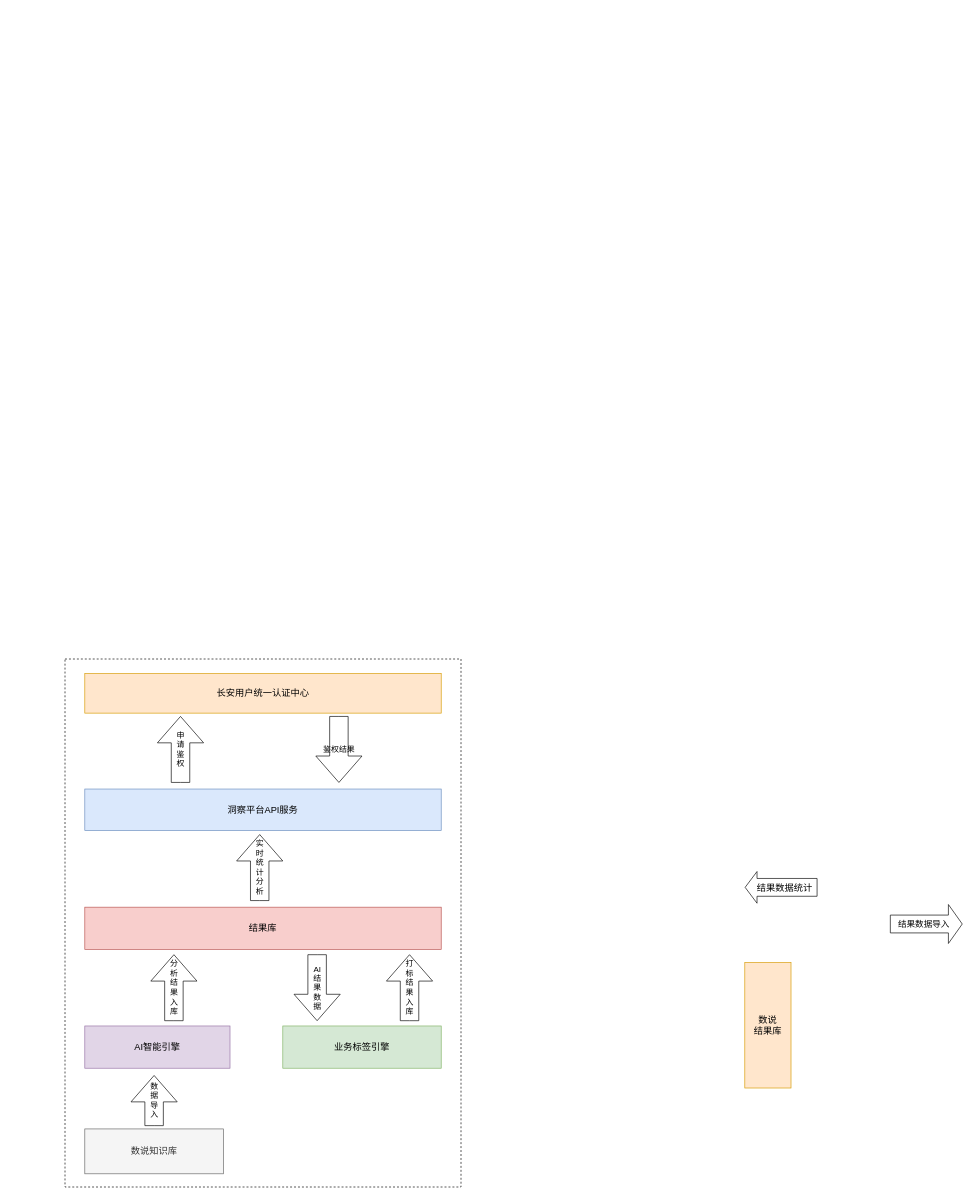
jk1420/data-api keeps this draw.io diagram as page "长安" (6 of 6) of 数据服务3.0.drawio. Above is the earlier version. Source tidied: cells renumbered, new cells numbered last; positions are measured from the earlier drawing's top-left corner, leaving out a move shared by most shapes. Both pictures are drawn from the tidied source at 66%, with x=0, y=0 at pixel (65, 659).
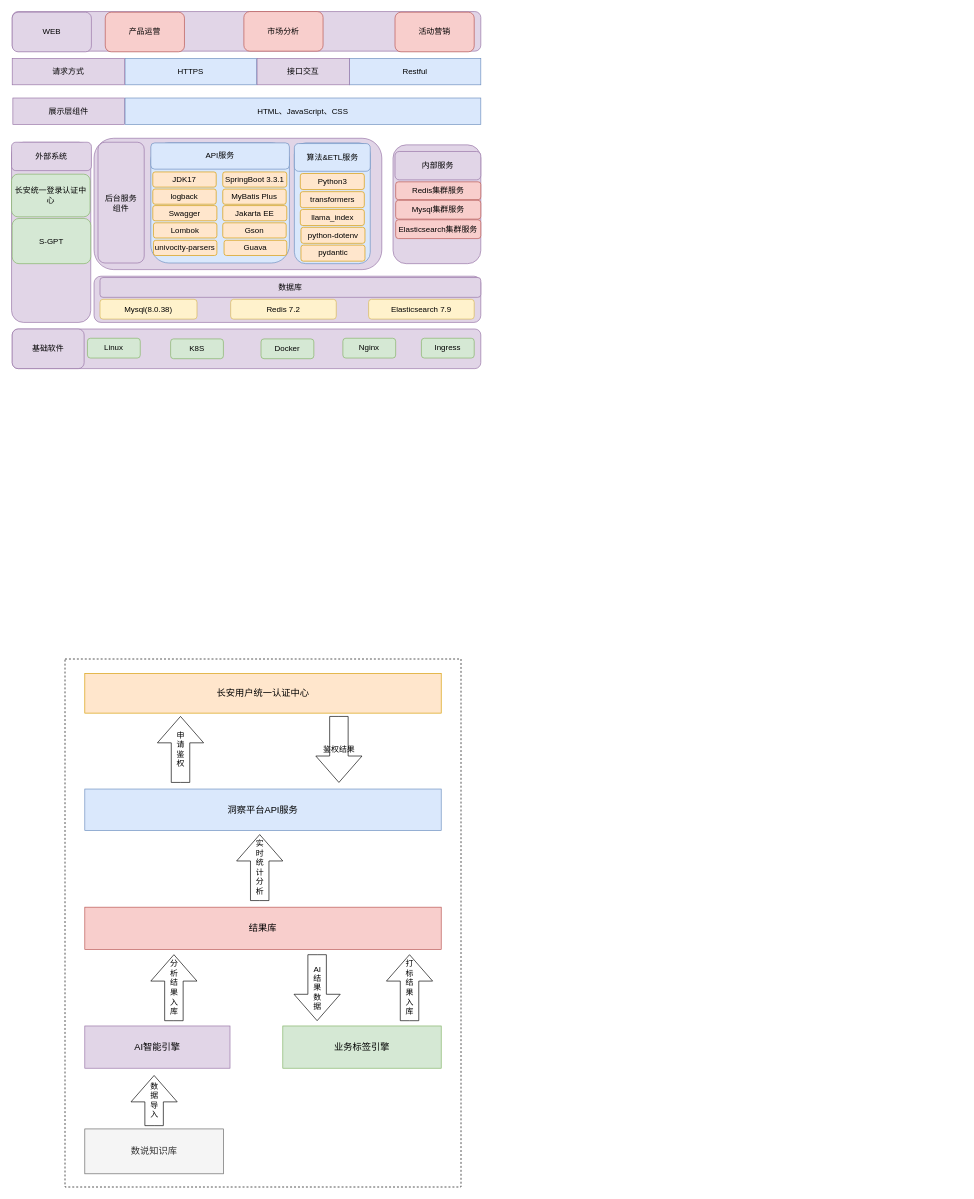
Above is the later version.

Commit message:
更新数据服务3.0.drawio

The edit, as a diff of the source:
```diff
@@
+    <mxCell id="21" style="rounded=1;whiteSpace=wrap;html=1;fillColor=#e1d5e7;strokeColor=#9673a6;" parent="1" vertex="1">
+      <mxGeometry x="44" y="-789" width="436" height="199" as="geometry" />
+    </mxCell>
@@
-    <mxCell id="5" value="数说&lt;br style=&quot;font-size: 14px;&quot;&gt;结果库" style="rounded=0;whiteSpace=wrap;html=1;fillColor=#ffe6cc;strokeColor=#d79b00;fontSize=14;" parent="1" vertex="1">
-      <mxGeometry x="1030" y="460" width="70" height="190" as="geometry" />
-    </mxCell>
-    <mxCell id="6" style="shape=flexArrow;endArrow=classic;html=1;rounded=0;exitX=0;exitY=0.25;exitDx=0;exitDy=0;entryX=1;entryY=0.25;entryDx=0;entryDy=0;width=27;endSize=5.67;fontSize=14;" parent="1" edge="1">
-      <mxGeometry relative="1" as="geometry">
-        <mxPoint x="1140" y="346" as="sourcePoint" />
-        <mxPoint x="1030" y="346" as="targetPoint" />
-      </mxGeometry>
-    </mxCell>
-    <mxCell id="7" value="结果数据统计" style="edgeLabel;html=1;align=center;verticalAlign=middle;fontSize=14;" parent="6" vertex="1">
-      <mxGeometry x="0.15" y="1" relative="1" as="geometry">
-        <mxPoint x="12" y="-1" as="offset" />
-      </mxGeometry>
-    </mxCell>
-    <mxCell id="8" style="shape=flexArrow;endArrow=classic;html=1;rounded=0;entryX=0;entryY=0.25;entryDx=0;entryDy=0;exitX=1;exitY=0.25;exitDx=0;exitDy=0;endWidth=31;endSize=6.67;width=27;" parent="1" edge="1">
-      <mxGeometry relative="1" as="geometry">
-        <mxPoint x="1250" y="401.5" as="sourcePoint" />
-        <mxPoint x="1360" y="401.5" as="targetPoint" />
-      </mxGeometry>
-    </mxCell>
-    <mxCell id="9" value="&lt;font style=&quot;font-size: 13px;&quot;&gt;结果数据导入&lt;/font&gt;" style="edgeLabel;html=1;align=center;verticalAlign=middle;" parent="8" vertex="1">
-      <mxGeometry x="-0.4" y="4" relative="1" as="geometry">
-        <mxPoint x="17" y="4" as="offset" />
-      </mxGeometry>
-    </mxCell>
@@
+    <mxCell id="22" style="rounded=1;whiteSpace=wrap;html=1;fillColor=#e1d5e7;strokeColor=#9673a6;" parent="1" vertex="1">
+      <mxGeometry x="44" y="-580" width="586" height="70" as="geometry" />
+    </mxCell>
+    <mxCell id="23" style="rounded=1;whiteSpace=wrap;html=1;fillColor=#e1d5e7;strokeColor=#9673a6;" parent="1" vertex="1">
+      <mxGeometry x="497" y="-779" width="133" height="180" as="geometry" />
+    </mxCell>
+    <mxCell id="24" style="rounded=1;whiteSpace=wrap;html=1;fillColor=#e1d5e7;strokeColor=#9673a6;" parent="1" vertex="1">
+      <mxGeometry x="-81" y="-783" width="120" height="273" as="geometry" />
+    </mxCell>
+    <mxCell id="25" style="rounded=1;whiteSpace=wrap;html=1;fillColor=#e1d5e7;strokeColor=#9673a6;" parent="1" vertex="1">
+      <mxGeometry x="-80" y="-981" width="710" height="60" as="geometry" />
+    </mxCell>
+    <mxCell id="26" value="产品运营" style="rounded=1;whiteSpace=wrap;html=1;fillColor=#f8cecc;strokeColor=#b85450;" parent="1" vertex="1">
+      <mxGeometry x="61" y="-980" width="120" height="60" as="geometry" />
+    </mxCell>
+    <mxCell id="27" value="WEB" style="rounded=1;whiteSpace=wrap;html=1;fillColor=#e1d5e7;strokeColor=#9673a6;" parent="1" vertex="1">
+      <mxGeometry x="-80" y="-980" width="120" height="60" as="geometry" />
+    </mxCell>
+    <mxCell id="28" value="活动营销" style="rounded=1;whiteSpace=wrap;html=1;fillColor=#f8cecc;strokeColor=#b85450;" parent="1" vertex="1">
+      <mxGeometry x="500" y="-980" width="120" height="60" as="geometry" />
+    </mxCell>
+    <mxCell id="29" value="市场分析" style="rounded=1;whiteSpace=wrap;html=1;fillColor=#f8cecc;strokeColor=#b85450;" parent="1" vertex="1">
+      <mxGeometry x="271" y="-981" width="120" height="60" as="geometry" />
+    </mxCell>
+    <mxCell id="30" value="展示层组件" style="rounded=0;whiteSpace=wrap;html=1;fillColor=#e1d5e7;strokeColor=#9673a6;" parent="1" vertex="1">
+      <mxGeometry x="-79" y="-850" width="169" height="40" as="geometry" />
+    </mxCell>
+    <mxCell id="31" value="HTTPS" style="rounded=0;whiteSpace=wrap;html=1;fillColor=#dae8fc;strokeColor=#6c8ebf;" parent="1" vertex="1">
+      <mxGeometry x="91" y="-910" width="199" height="40" as="geometry" />
+    </mxCell>
+    <mxCell id="32" value="请求方式" style="rounded=0;whiteSpace=wrap;html=1;fillColor=#e1d5e7;strokeColor=#9673a6;" parent="1" vertex="1">
+      <mxGeometry x="-80" y="-910" width="170" height="40" as="geometry" />
+    </mxCell>
+    <mxCell id="33" value="HTML、JavaScript、CSS" style="rounded=0;whiteSpace=wrap;html=1;fillColor=#dae8fc;strokeColor=#6c8ebf;" parent="1" vertex="1">
+      <mxGeometry x="91" y="-850" width="539" height="40" as="geometry" />
+    </mxCell>
+    <mxCell id="34" value="外部系统" style="rounded=1;whiteSpace=wrap;html=1;fillColor=#e1d5e7;strokeColor=#9673a6;" parent="1" vertex="1">
+      <mxGeometry x="-81" y="-783" width="121" height="43" as="geometry" />
+    </mxCell>
+    <mxCell id="35" value="长安统一登录认证中心" style="rounded=1;whiteSpace=wrap;html=1;fillColor=#d5e8d4;strokeColor=#82b366;" parent="1" vertex="1">
+      <mxGeometry x="-81" y="-734.6" width="119" height="64.6" as="geometry" />
+    </mxCell>
+    <mxCell id="36" value="后台服务&lt;div&gt;组件&lt;/div&gt;" style="rounded=1;whiteSpace=wrap;html=1;fillColor=#e1d5e7;strokeColor=#9673a6;" parent="1" vertex="1">
+      <mxGeometry x="50" y="-783" width="70" height="183" as="geometry" />
+    </mxCell>
+    <mxCell id="37" value="内部服务" style="rounded=1;whiteSpace=wrap;html=1;fillColor=#e1d5e7;strokeColor=#9673a6;" parent="1" vertex="1">
+      <mxGeometry x="500" y="-769" width="130" height="43" as="geometry" />
+    </mxCell>
+    <mxCell id="38" value="Redis集群服务" style="rounded=1;whiteSpace=wrap;html=1;fillColor=#f8cecc;strokeColor=#b85450;" parent="1" vertex="1">
+      <mxGeometry x="501" y="-723" width="129" height="27" as="geometry" />
+    </mxCell>
+    <mxCell id="39" value="Mysql集群服务" style="rounded=1;whiteSpace=wrap;html=1;fillColor=#f8cecc;strokeColor=#b85450;" parent="1" vertex="1">
+      <mxGeometry x="501" y="-695" width="129" height="28.5" as="geometry" />
+    </mxCell>
+    <mxCell id="40" value="数据库" style="rounded=1;whiteSpace=wrap;html=1;fillColor=#e1d5e7;strokeColor=#9673a6;" parent="1" vertex="1">
+      <mxGeometry x="53" y="-578" width="577" height="30" as="geometry" />
+    </mxCell>
+    <mxCell id="41" value="Mysql(8.0.38)" style="rounded=1;whiteSpace=wrap;html=1;fillColor=#fff2cc;strokeColor=#d6b656;" parent="1" vertex="1">
+      <mxGeometry x="53" y="-545" width="147" height="30" as="geometry" />
+    </mxCell>
+    <mxCell id="42" value="Redis 7.2" style="rounded=1;whiteSpace=wrap;html=1;fillColor=#fff2cc;strokeColor=#d6b656;" parent="1" vertex="1">
+      <mxGeometry x="251" y="-545" width="160" height="30" as="geometry" />
+    </mxCell>
+    <mxCell id="43" style="rounded=1;whiteSpace=wrap;html=1;fillColor=#e1d5e7;strokeColor=#9673a6;" parent="1" vertex="1">
+      <mxGeometry x="-80" y="-500" width="710" height="60" as="geometry" />
+    </mxCell>
+    <mxCell id="44" value="基础软件" style="rounded=1;whiteSpace=wrap;html=1;fillColor=#e1d5e7;strokeColor=#9673a6;" parent="1" vertex="1">
+      <mxGeometry x="-80" y="-500" width="109" height="60" as="geometry" />
+    </mxCell>
+    <mxCell id="45" value="Linux" style="rounded=1;whiteSpace=wrap;html=1;fillColor=#d5e8d4;strokeColor=#82b366;" parent="1" vertex="1">
+      <mxGeometry x="34" y="-486" width="80" height="30" as="geometry" />
+    </mxCell>
+    <mxCell id="46" value="K8S" style="rounded=1;whiteSpace=wrap;html=1;fillColor=#d5e8d4;strokeColor=#82b366;" parent="1" vertex="1">
+      <mxGeometry x="160" y="-485" width="80" height="30" as="geometry" />
+    </mxCell>
+    <mxCell id="47" value="Docker" style="rounded=1;whiteSpace=wrap;html=1;fillColor=#d5e8d4;strokeColor=#82b366;" parent="1" vertex="1">
+      <mxGeometry x="297" y="-485" width="80" height="30" as="geometry" />
+    </mxCell>
+    <mxCell id="48" value="Nginx" style="rounded=1;whiteSpace=wrap;html=1;fillColor=#d5e8d4;strokeColor=#82b366;" parent="1" vertex="1">
+      <mxGeometry x="421" y="-486" width="80" height="30" as="geometry" />
+    </mxCell>
+    <mxCell id="49" value="Ingress" style="rounded=1;whiteSpace=wrap;html=1;fillColor=#d5e8d4;strokeColor=#82b366;" parent="1" vertex="1">
+      <mxGeometry x="540" y="-486" width="80" height="30" as="geometry" />
+    </mxCell>
+    <mxCell id="50" value="Restful" style="rounded=0;whiteSpace=wrap;html=1;fillColor=#dae8fc;strokeColor=#6c8ebf;" parent="1" vertex="1">
+      <mxGeometry x="431" y="-910" width="199" height="40" as="geometry" />
+    </mxCell>
+    <mxCell id="51" value="接口交互" style="rounded=0;whiteSpace=wrap;html=1;fillColor=#e1d5e7;strokeColor=#9673a6;" parent="1" vertex="1">
+      <mxGeometry x="291" y="-910" width="140" height="40" as="geometry" />
+    </mxCell>
+    <mxCell id="52" value="&lt;span style=&quot;background-color: initial;&quot;&gt;Elasticsearch集群服务&lt;/span&gt;" style="rounded=1;whiteSpace=wrap;html=1;fillColor=#f8cecc;strokeColor=#b85450;" parent="1" vertex="1">
+      <mxGeometry x="501" y="-665.5" width="129" height="28.5" as="geometry" />
+    </mxCell>
+    <mxCell id="53" value="Elasticsearch 7.9" style="rounded=1;whiteSpace=wrap;html=1;fillColor=#fff2cc;strokeColor=#d6b656;" parent="1" vertex="1">
+      <mxGeometry x="460" y="-545" width="160" height="30" as="geometry" />
+    </mxCell>
+    <mxCell id="54" value="S-GPT" style="rounded=1;whiteSpace=wrap;html=1;fillColor=#d5e8d4;strokeColor=#82b366;" parent="1" vertex="1">
+      <mxGeometry x="-80" y="-667.5" width="119" height="68.5" as="geometry" />
+    </mxCell>
+    <mxCell id="55" style="group;" parent="1" vertex="1">
+      <mxGeometry x="130" y="-782" width="210" height="182" as="geometry" />
+    </mxCell>
+    <mxCell id="56" style="rounded=1;whiteSpace=wrap;html=1;fillColor=#dae8fc;strokeColor=#6c8ebf;" parent="55" vertex="1">
+      <mxGeometry width="210" height="182" as="geometry" />
+    </mxCell>
+    <mxCell id="57" value="SpringBoot 3.3.1" style="rounded=1;whiteSpace=wrap;html=1;fillColor=#ffe6cc;strokeColor=#d79b00;" parent="55" vertex="1">
+      <mxGeometry x="109" y="44" width="97" height="23" as="geometry" />
+    </mxCell>
+    <mxCell id="58" value="Jakarta EE" style="rounded=1;whiteSpace=wrap;html=1;fillColor=#ffe6cc;strokeColor=#d79b00;" parent="55" vertex="1">
+      <mxGeometry x="109" y="95" width="97" height="23" as="geometry" />
+    </mxCell>
+    <mxCell id="59" value="Swagger" style="rounded=1;whiteSpace=wrap;html=1;fillColor=#ffe6cc;strokeColor=#d79b00;" parent="55" vertex="1">
+      <mxGeometry x="3" y="95" width="97.1" height="23" as="geometry" />
+    </mxCell>
+    <mxCell id="60" value="MyBatis Plus" style="rounded=1;whiteSpace=wrap;html=1;fillColor=#ffe6cc;strokeColor=#d79b00;" parent="55" vertex="1">
+      <mxGeometry x="109" y="70" width="96.1" height="23" as="geometry" />
+    </mxCell>
+    <mxCell id="61" value="JDK17" style="rounded=1;whiteSpace=wrap;html=1;fillColor=#ffe6cc;strokeColor=#d79b00;" parent="55" vertex="1">
+      <mxGeometry x="3" y="44" width="96.1" height="23" as="geometry" />
+    </mxCell>
+    <mxCell id="62" value="Lombok" style="rounded=1;whiteSpace=wrap;html=1;fillColor=#ffe6cc;strokeColor=#d79b00;" parent="55" vertex="1">
+      <mxGeometry x="4" y="121.1" width="96.1" height="23" as="geometry" />
+    </mxCell>
+    <mxCell id="63" value="Gson" style="rounded=1;whiteSpace=wrap;html=1;fillColor=#ffe6cc;strokeColor=#d79b00;" parent="55" vertex="1">
+      <mxGeometry x="109" y="121.1" width="96.1" height="23" as="geometry" />
+    </mxCell>
+    <mxCell id="64" value="Guava" style="rounded=1;whiteSpace=wrap;html=1;fillColor=#ffe6cc;strokeColor=#d79b00;" parent="55" vertex="1">
+      <mxGeometry x="111" y="147.6" width="95" height="23" as="geometry" />
+    </mxCell>
+    <mxCell id="65" value="univocity-parsers" style="rounded=1;whiteSpace=wrap;html=1;fillColor=#ffe6cc;strokeColor=#d79b00;" parent="55" vertex="1">
+      <mxGeometry x="4" y="147.6" width="96.1" height="23" as="geometry" />
+    </mxCell>
+    <mxCell id="66" value="logback" style="rounded=1;whiteSpace=wrap;html=1;fillColor=#ffe6cc;strokeColor=#d79b00;" parent="55" vertex="1">
+      <mxGeometry x="3" y="69.9" width="96.1" height="23" as="geometry" />
+    </mxCell>
+    <mxCell id="67" value="API服务" style="rounded=1;whiteSpace=wrap;html=1;fillColor=#dae8fc;strokeColor=#6c8ebf;" parent="55" vertex="1">
+      <mxGeometry width="210" height="39.8" as="geometry" />
+    </mxCell>
+    <mxCell id="68" style="group;" parent="1" vertex="1">
+      <mxGeometry x="347.5" y="-782" width="115" height="183" as="geometry" />
+    </mxCell>
+    <mxCell id="69" style="rounded=1;whiteSpace=wrap;html=1;fillColor=#dae8fc;strokeColor=#6c8ebf;" parent="68" vertex="1">
+      <mxGeometry width="115" height="183" as="geometry" />
+    </mxCell>
+    <mxCell id="70" value="Python3" style="rounded=1;whiteSpace=wrap;html=1;fillColor=#ffe6cc;strokeColor=#d79b00;" parent="68" vertex="1">
+      <mxGeometry x="9" y="46.4" width="97" height="24.3" as="geometry" />
+    </mxCell>
+    <mxCell id="71" value="transformers" style="rounded=1;whiteSpace=wrap;html=1;fillColor=#ffe6cc;strokeColor=#d79b00;" parent="68" vertex="1">
+      <mxGeometry x="9" y="73.9" width="97" height="24.3" as="geometry" />
+    </mxCell>
+    <mxCell id="72" value="算法&amp;amp;ETL服务" style="rounded=1;whiteSpace=wrap;html=1;fillColor=#dae8fc;strokeColor=#6c8ebf;" parent="68" vertex="1">
+      <mxGeometry y="1" width="115" height="42" as="geometry" />
+    </mxCell>
+    <mxCell id="73" value="llama_index" style="rounded=1;whiteSpace=wrap;html=1;fillColor=#ffe6cc;strokeColor=#d79b00;" parent="68" vertex="1">
+      <mxGeometry x="9" y="100.9" width="97" height="24.3" as="geometry" />
+    </mxCell>
+    <mxCell id="74" value="python-dotenv" style="rounded=1;whiteSpace=wrap;html=1;fillColor=#ffe6cc;strokeColor=#d79b00;" parent="68" vertex="1">
+      <mxGeometry x="10" y="127.9" width="97" height="24.3" as="geometry" />
+    </mxCell>
+    <mxCell id="75" value="pydantic" style="rounded=1;whiteSpace=wrap;html=1;fillColor=#ffe6cc;strokeColor=#d79b00;" parent="68" vertex="1">
+      <mxGeometry x="10" y="154.9" width="97" height="24.3" as="geometry" />
+    </mxCell>
```
